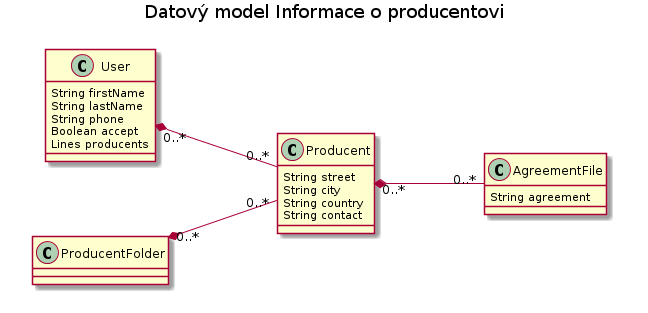
Before: docs/dm03.png, a diagram exported from PlantUML (edeposit/edeposit.policy).
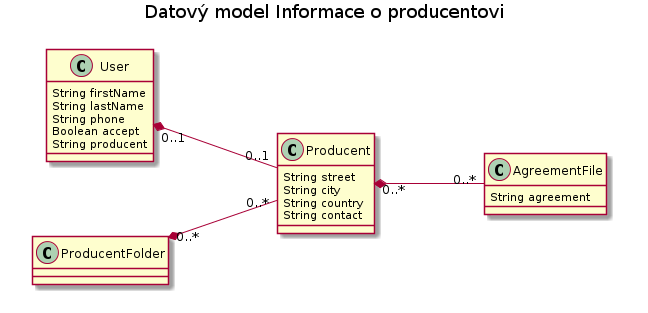
After the commit.

Commit message:
changed relation to producent to one-to-one

Diff of the diagram source:
```diff
@@ -11,7 +11,7 @@
       String lastName
       String phone
       Boolean accept
-      Lines producents
+      String producent
 }
 
 class Producent {
@@ -25,8 +25,7 @@
 }
 
 Producent "0..*" *-- "0..*" AgreementFile
-User "0..*" *-- "0..*" Producent
+User "0..1" *-- "0..1" Producent
 ProducentFolder "0..*" *-- "0..*" Producent
 
-
 @enduml
```
